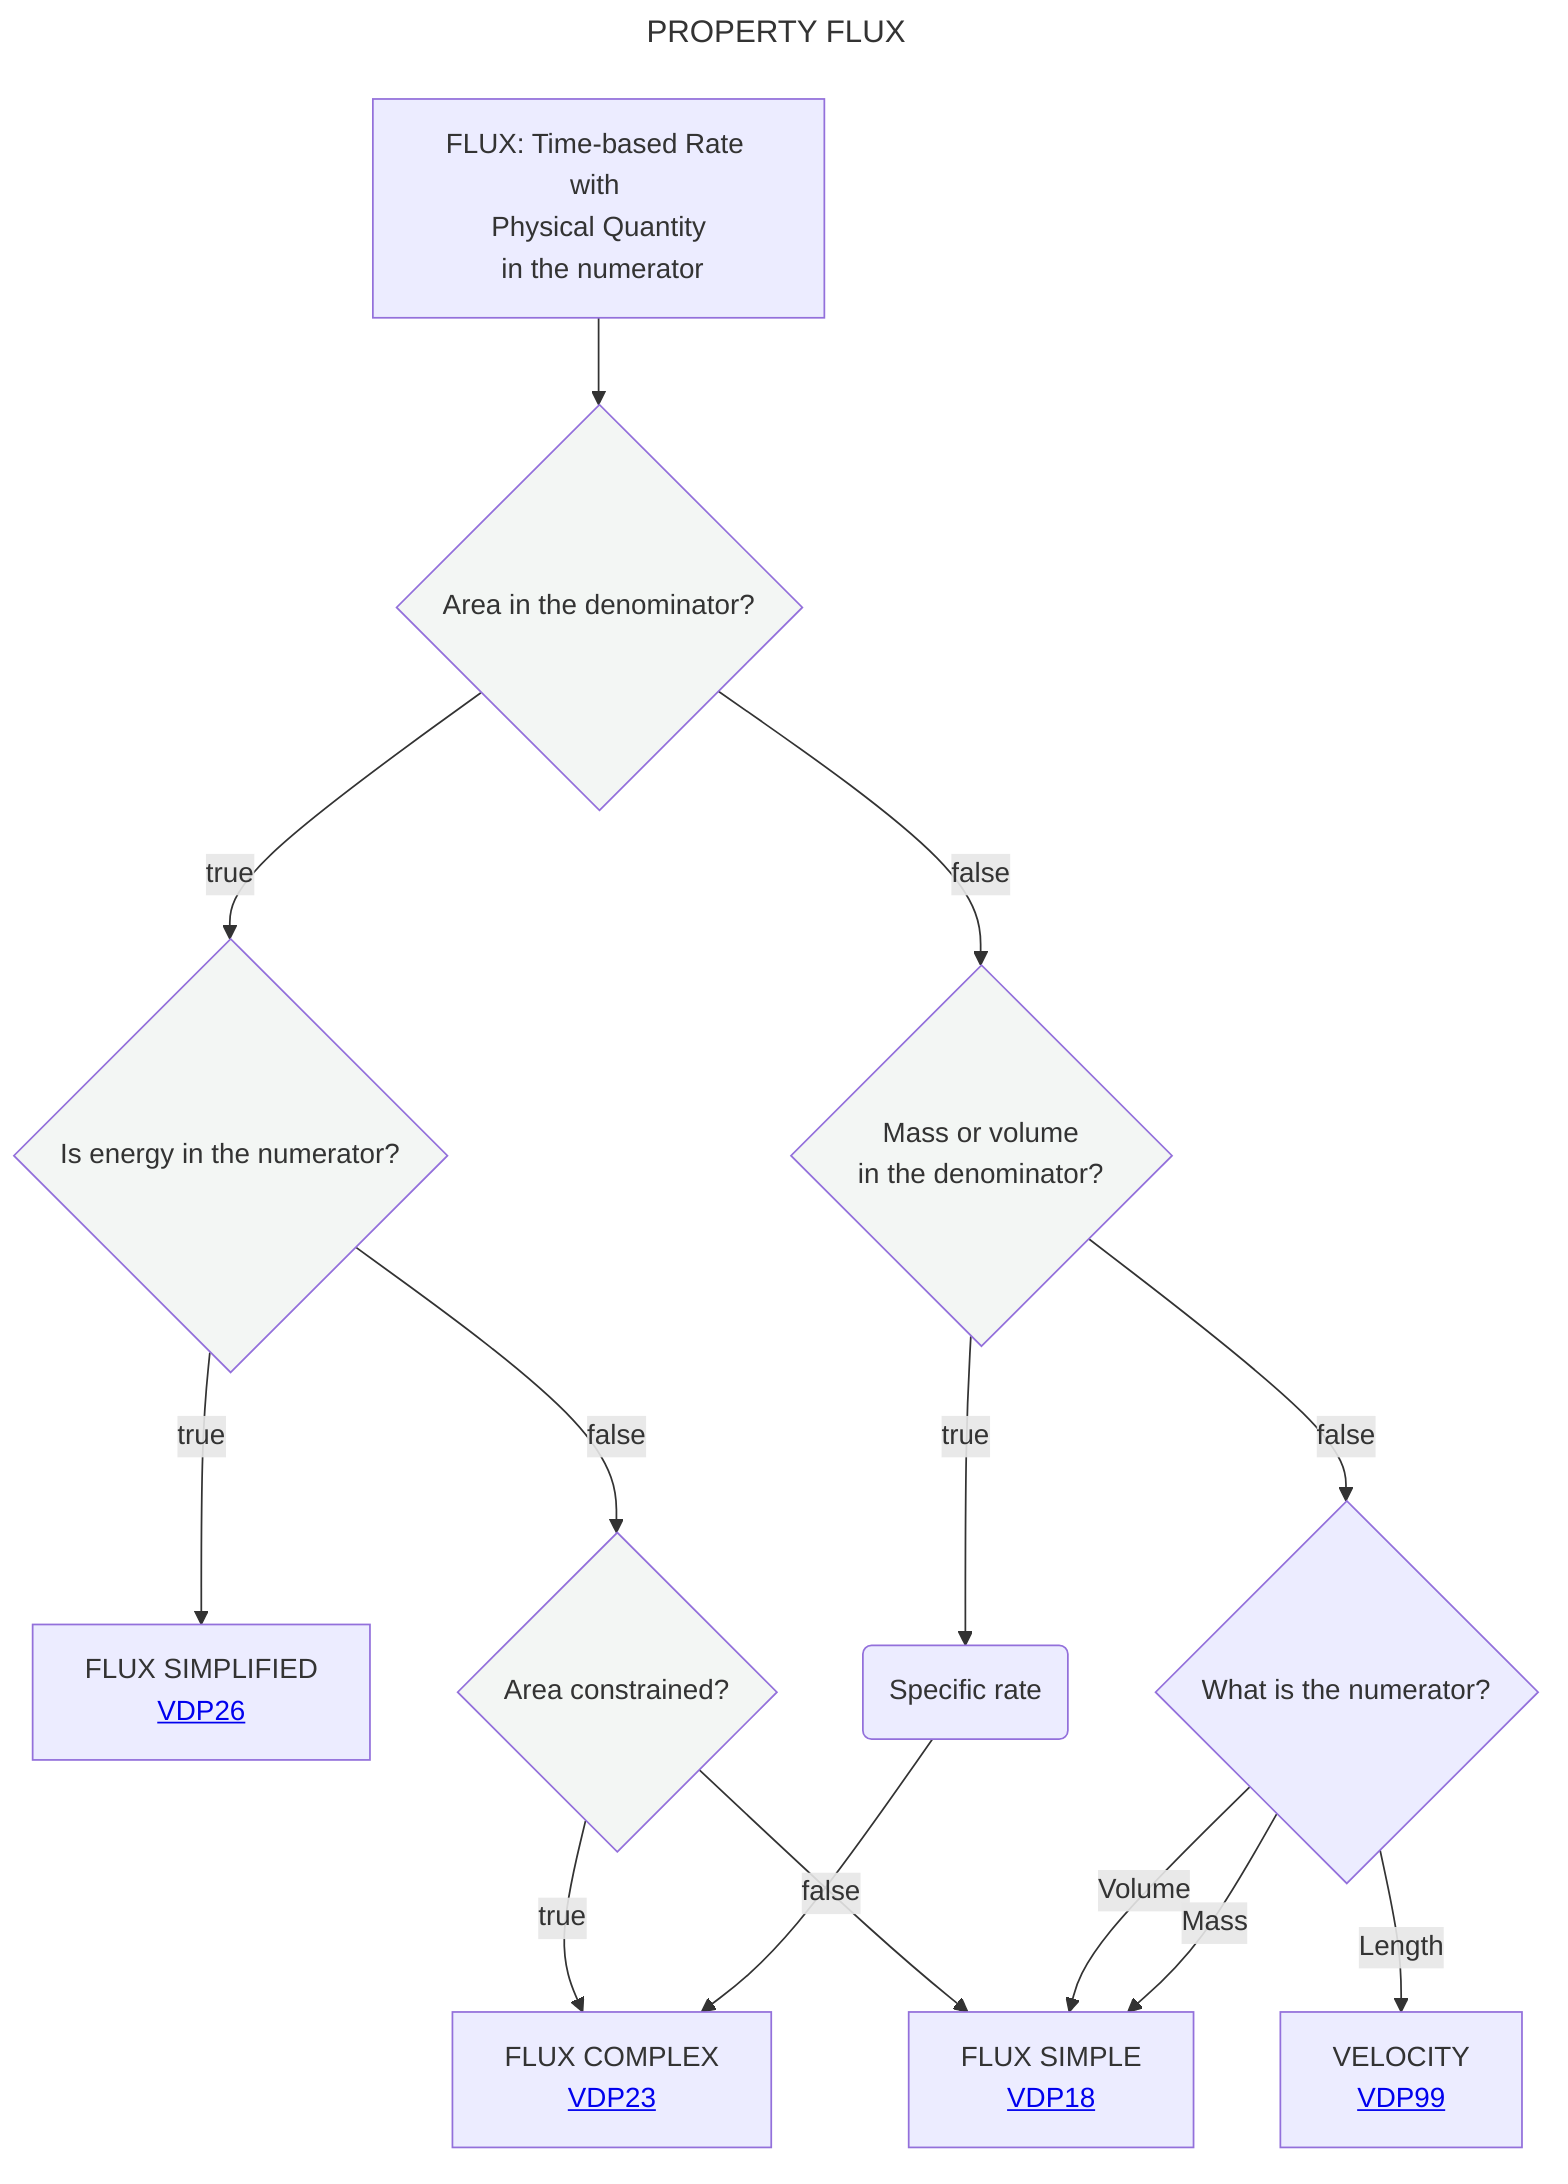
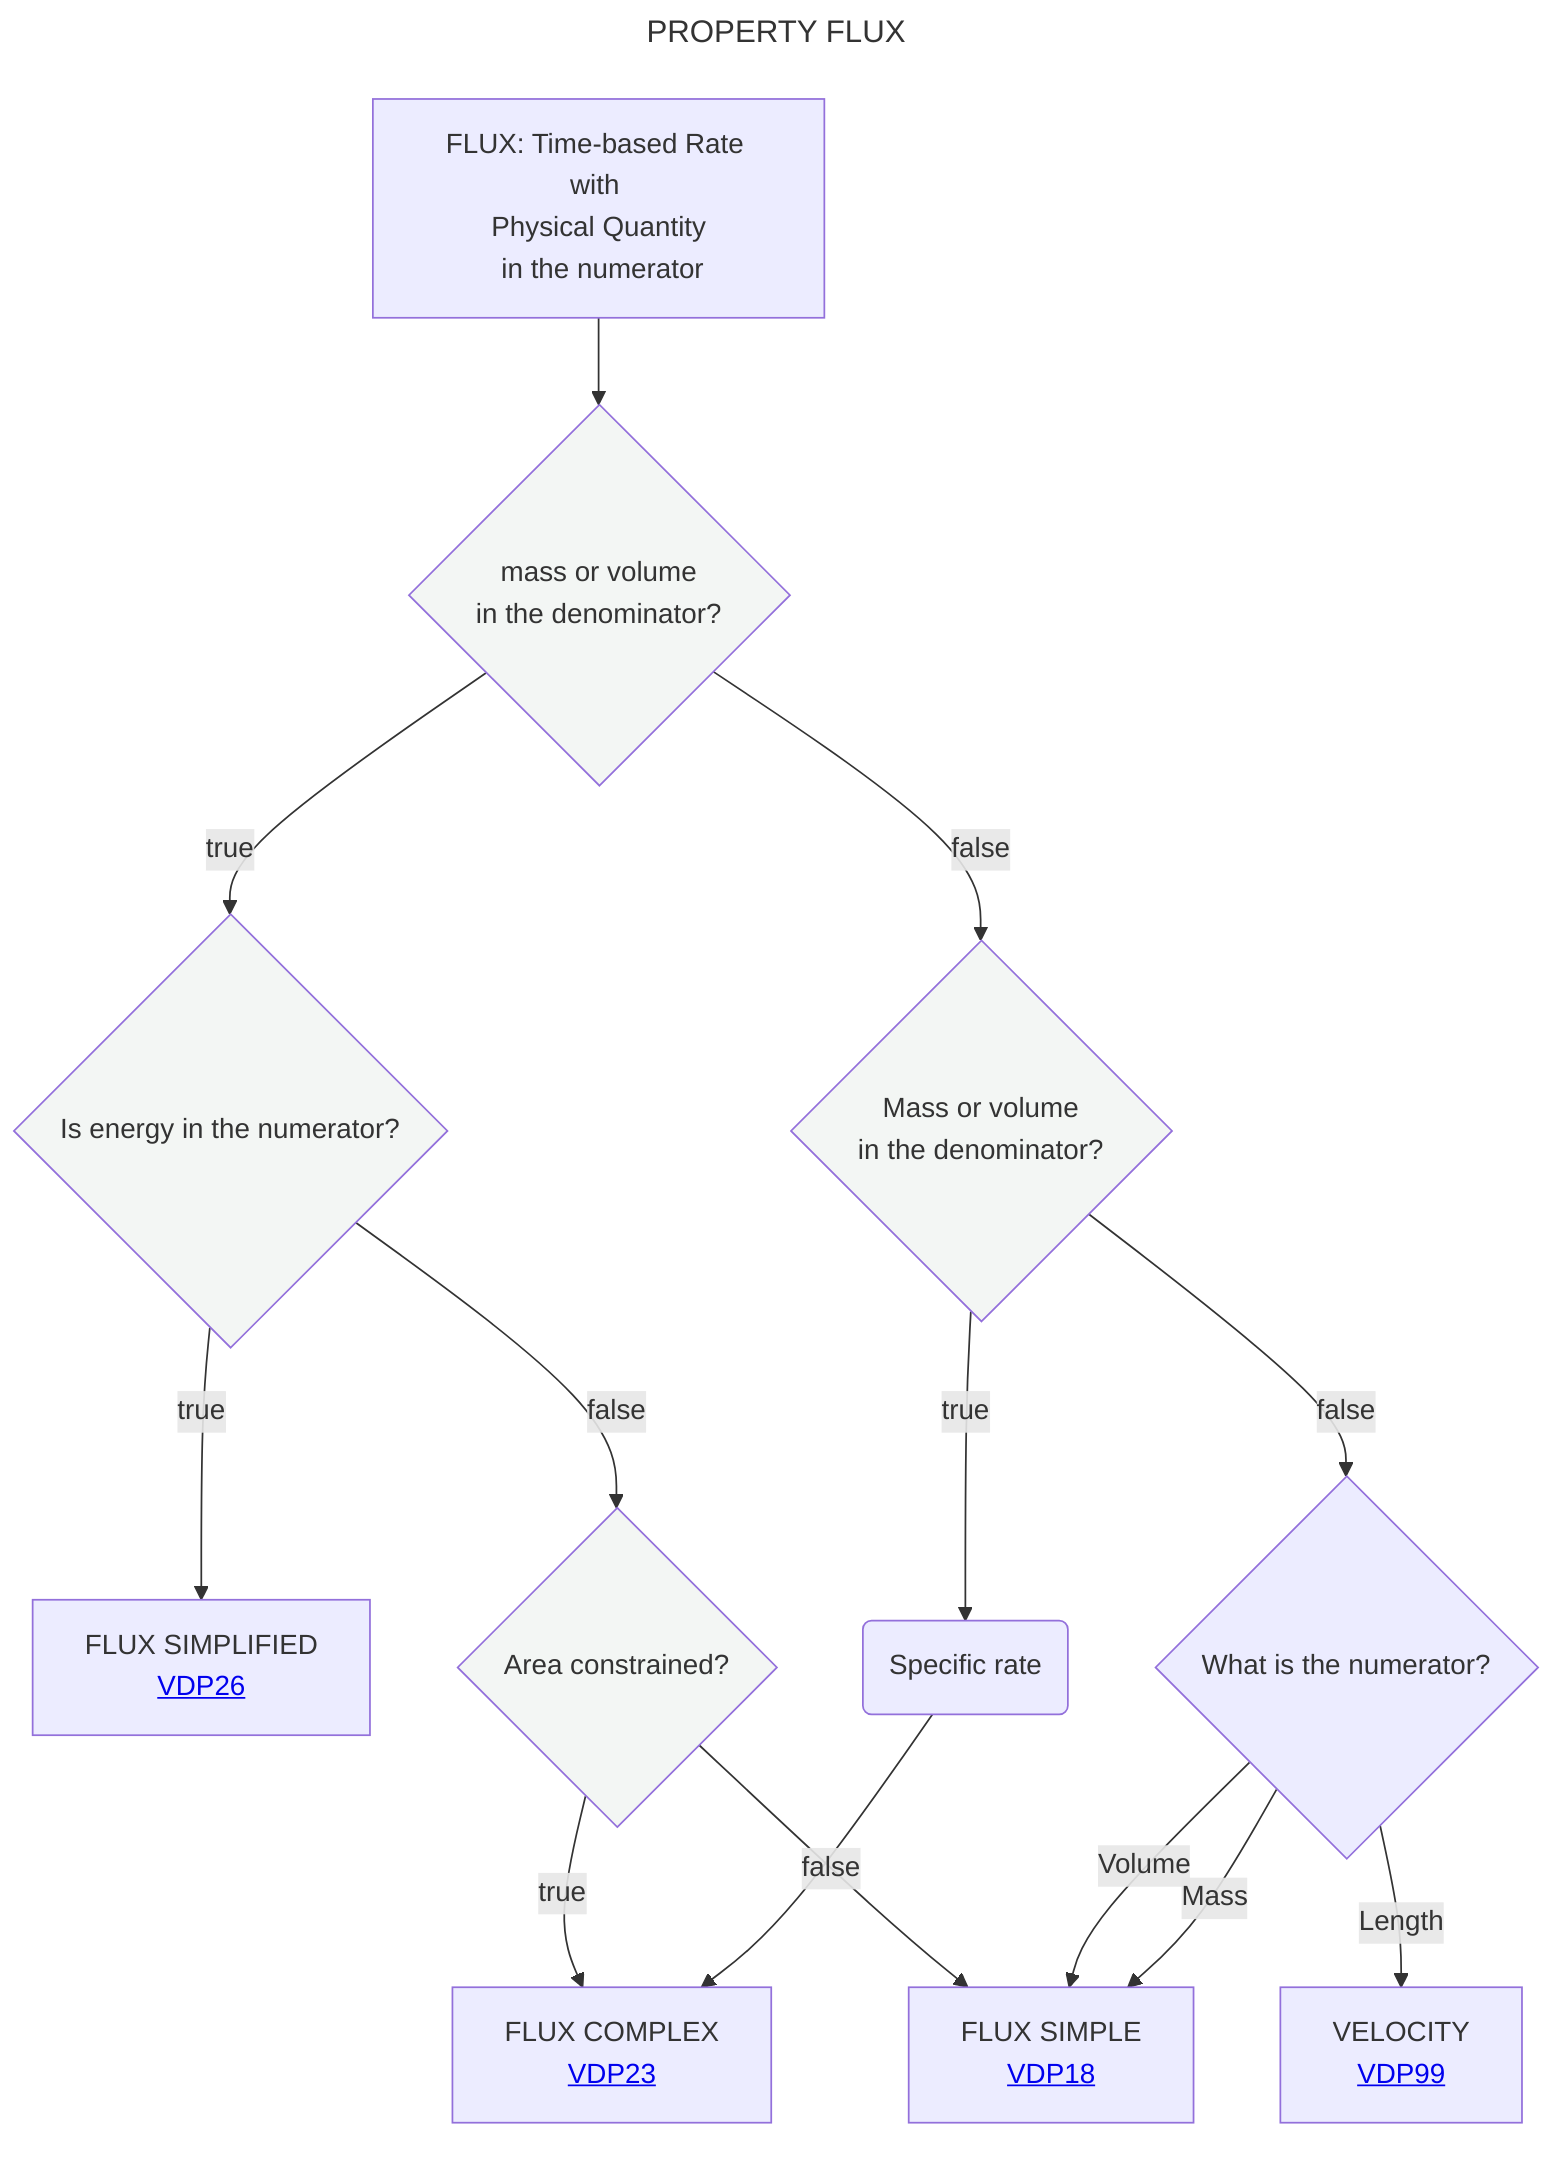
---
title: PROPERTY FLUX
---
flowchart TD
-     A[FLUX: Time-based Rate with <br> Physical Quantity <br> in the numerator] --> B{Area in the denominator?}:::white
+     A[FLUX: Time-based Rate with <br> Physical Quantity <br> in the numerator] --> B{mass or volume <br> in the denominator?}:::white
    B --> |true|C{Is energy in the numerator?}:::white
    C --> |true|D[FLUX SIMPLIFIED <br> <a href='https://github.com/mabablue/I-ADOPT-patterns-playground/blob/main/pattern/VDP26.yaml'>VDP26</a>]
    C --> |false|F{Area constrained?}:::white
    B --> |false|K{Mass or volume <br> in the denominator?}:::white
    F --> |true|G[FLUX COMPLEX <br> <a href='https://github.com/mabablue/I-ADOPT-patterns-playground/blob/main/pattern/VDP23.yaml'>VDP23</a>]
    F --> |false|H[FLUX SIMPLE <br> <a href='https://github.com/mabablue/I-ADOPT-patterns-playground/blob/main/pattern/VDP18.yaml'>VDP18</a>]
    K --> |true|L(Specific rate)
    L --> G
    K --> |false|M{What is the numerator?}
    M -- Length --> N[VELOCITY <br> <a href='https://github.com/mabablue/I-ADOPT-patterns-playground/blob/main/pattern/VDP99.yaml'>VDP99</a]
    M -- Volume --> H
    M -- Mass --> H
   classDef blue fill:#90D5FF
   classDef satblue fill:#57B9FF
   classDef white fill:#f3f6f4
   classDef green fill:#6aa84f
